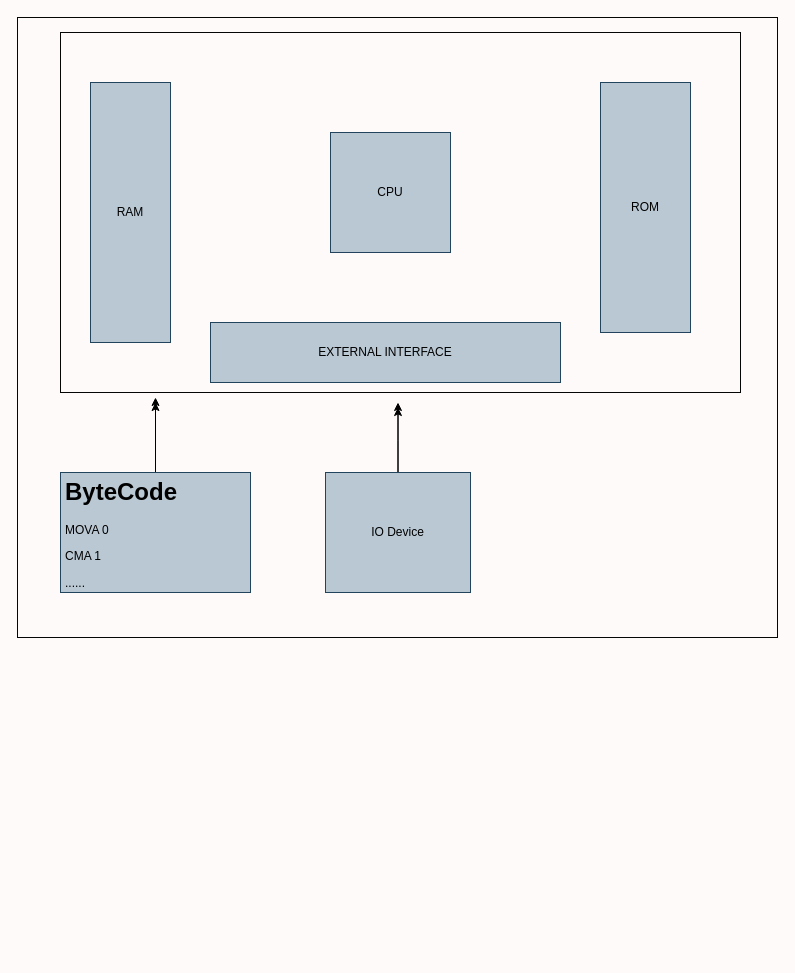
Before: res/model.dio in wwhai/OHVM, a draw.io diagram. Source tidied: cells renumbered, new cells numbered last; positions are measured from the earlier drawing's top-left corner, leaving out a move shared by most shapes. Both pictures are drawn from the tidied source at 100%, with x=0, y=0 at pixel (17, 17).
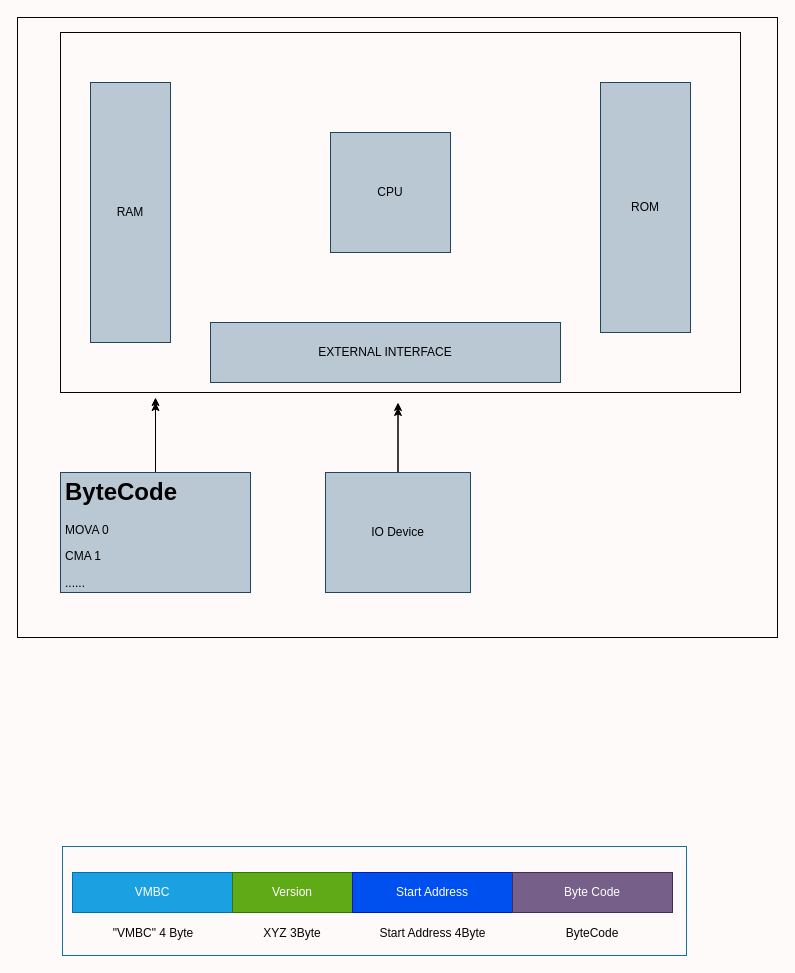
After the change.

What changed in the source:
```diff
@@
+    <mxCell id="14" value="VMBC" style="rounded=0;whiteSpace=wrap;html=1;strokeColor=#006EAF;fontColor=#ffffff;fillColor=#1ba1e2;" parent="1" vertex="1">
+      <mxGeometry x="55" y="855" width="160" height="40" as="geometry" />
+    </mxCell>
+    <mxCell id="15" value="Version" style="rounded=0;whiteSpace=wrap;html=1;fillColor=#60a917;strokeColor=#2D7600;fontColor=#ffffff;" parent="1" vertex="1">
+      <mxGeometry x="215" y="855" width="120" height="40" as="geometry" />
+    </mxCell>
+    <mxCell id="16" value="Start Address" style="rounded=0;whiteSpace=wrap;html=1;strokeColor=#001DBC;fontColor=#ffffff;fillColor=#0050ef;" parent="1" vertex="1">
+      <mxGeometry x="335" y="855" width="160" height="40" as="geometry" />
+    </mxCell>
+    <mxCell id="17" value="Byte Code" style="rounded=0;whiteSpace=wrap;html=1;strokeColor=#432D57;fontColor=#ffffff;fillColor=#76608a;" parent="1" vertex="1">
+      <mxGeometry x="495" y="855" width="160" height="40" as="geometry" />
+    </mxCell>
+    <mxCell id="18" style="rounded=0;whiteSpace=wrap;html=1;strokeColor=#10739e;fillColor=none;" parent="1" vertex="1">
+      <mxGeometry x="45" y="829" width="624" height="109" as="geometry" />
+    </mxCell>
+    <mxCell id="19" value="&quot;VMBC&quot; 4 Byte" style="text;html=1;align=center;verticalAlign=middle;whiteSpace=wrap;rounded=0;fontColor=#050505;" parent="1" vertex="1">
+      <mxGeometry x="75" y="906" width="122" height="20" as="geometry" />
+    </mxCell>
+    <mxCell id="20" value="XYZ 3Byte" style="text;html=1;strokeColor=none;fillColor=none;align=center;verticalAlign=middle;whiteSpace=wrap;rounded=0;fontColor=#050505;" parent="1" vertex="1">
+      <mxGeometry x="241" y="906" width="68" height="20" as="geometry" />
+    </mxCell>
+    <mxCell id="21" value="Start Address 4Byte" style="text;html=1;strokeColor=none;fillColor=none;align=center;verticalAlign=middle;whiteSpace=wrap;rounded=0;fontColor=#050505;" parent="1" vertex="1">
+      <mxGeometry x="350.5" y="907" width="129" height="18" as="geometry" />
+    </mxCell>
+    <mxCell id="22" value="ByteCode" style="text;html=1;strokeColor=none;fillColor=none;align=center;verticalAlign=middle;whiteSpace=wrap;rounded=0;fontColor=#050505;" parent="1" vertex="1">
+      <mxGeometry x="555" y="906" width="40" height="20" as="geometry" />
+    </mxCell>
```
